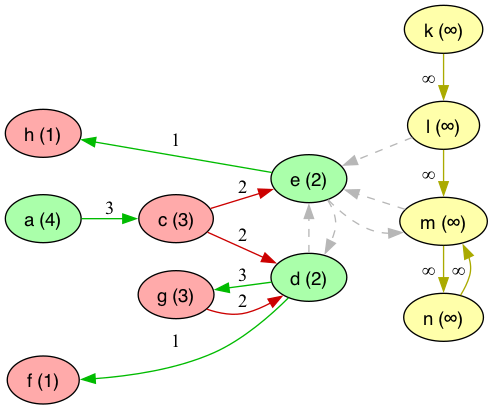
Before: lib/graphs/game_graph_colored.png, a diagram exported from Graphviz (idaks/Games-and-Argumentation). Its source is kept beside it as lib/graphs/game_graph_colored.dot.
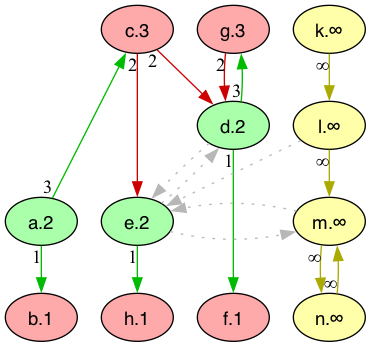
The same diagram one commit later.

Diff of the diagram source:
```diff
@@ -1,44 +1,44 @@
 digraph G {
-  rankdir="LR"
+  rankdir="TB"
   node [shape=oval style=filled fontname=Helvetica fontsize=14]
   node [fillcolor="#AAFFAA" fontcolor="#000000"]
-       a[label="a (4)"]
-       d[label="d (2)"]
-       e[label="e (2)"];
+       a[label="a.2"]
+       d[label="d.2"]
+       e[label="e.2"]
   node [fillcolor="#FFAAAA" fontcolor="#000000"]
-       c[label="c (3)"]
-       f[label="f (1)"]
-       g[label="g (3)"]
-       h[label="h (1)"];
+       c[label="c.3"]
+       b[label="b.1"]
+       f[label="f.1"]
+       g[label="g.3"]
+       h[label="h.1"]
   node [fillcolor="#FFFFAA" fontcolor="#000000"]
-       k[label="k (∞)"]
-       l[label="l (∞)"]
-       m[label="m (∞)"]
-       n[label="n (∞)"];
-  edge [dir=forward, color="#00BB00", style="solid", label="3"]
-        "a" -> "c";
-        "d" -> "g";
-  edge [dir=forward, color="#AAAA00", style="solid", label="∞"]
-        "k" -> "l";
-        "l" -> "m";
-        "m" -> "n";
-        "n" -> "m";
-  edge [dir=forward, color="#CC0000", style="solid", label="2"]
-        "c" -> "d";
-        "c" -> "e";
-        "g" -> "d";
-  edge [dir=forward, color="#b7b7b7", style="dashed", label=" "]
-        "l" -> "e";
-        "d" -> "e";
-        "e" -> "d";
-        "e" -> "m";
-        "m" -> "e";
-  edge [dir=forward, color="#00BB00", style="solid", label="1"]
-        "d" -> "f";
-        "e" -> "h";
+       k[label="k.∞"]
+       l[label="l.∞"]
+       m[label="m.∞"]
+       n[label="n.∞"]
+  edge [dir=forward color="#00BB00" style="solid" taillabel="3"]
+        "a" -> "c"
+        "d" -> "g"
+  edge [dir=forward color="#00BB00" style="solid" taillabel="1"]
+        "a" -> "b"
+        "d" -> "f"
+        "e" -> "h"
+  edge [dir=forward color="#AAAA00" style="solid" taillabel="∞"]
+        "k" -> "l"
+        "l" -> "m"
+        "m" -> "n"
+        "n" -> "m"
+  edge [dir=forward color="#CC0000" style="solid" taillabel="2"]
+        "c" -> "d"
+        "c" -> "e"
+        "g" -> "d"
+  edge [dir=forward color="#b7b7b7" style="dotted" constraint=false taillabel=" "]
+        "l" -> "e"
+        "d" -> "e"
+        "e" -> "d"
+        "e" -> "m"
+        "m" -> "e"
 
-  {rank = min; f; h}
-  {rank = same; d; e}
-  {rank = same; c; g}
-  {rank = max; k; l; m; n}
+  {rank = max; b; f; h}
+  {rank = min; c; g}
 }
```
